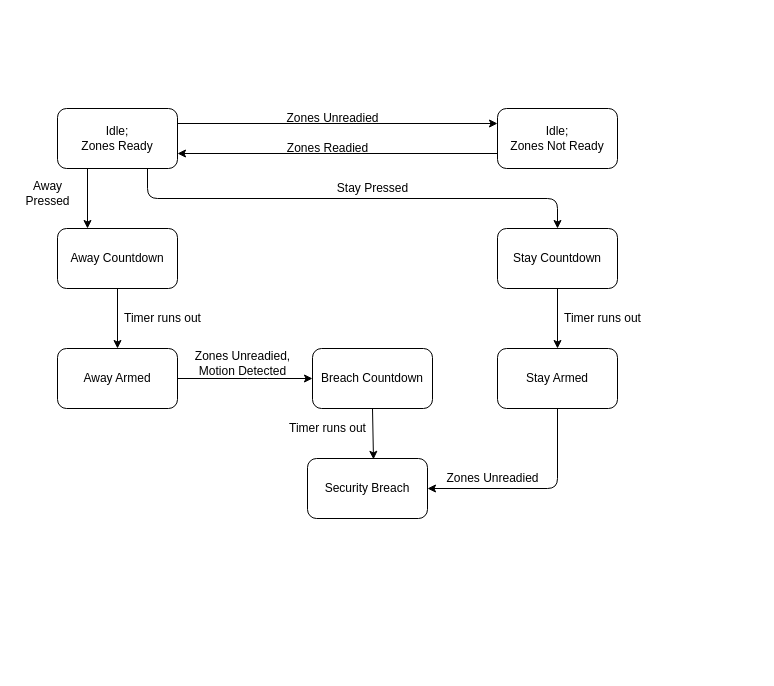
This is Doc/GP2 State Transition.drawio from vinnyyo/GroupProject2, a draw.io file, before an edit. Source tidied: cells renumbered, new cells numbered last; positions are measured from the earlier drawing's top-left corner, leaving out a move shared by most shapes. Both pictures are drawn from the tidied source at 100%, with x=0, y=0 at pixel (17, 108).
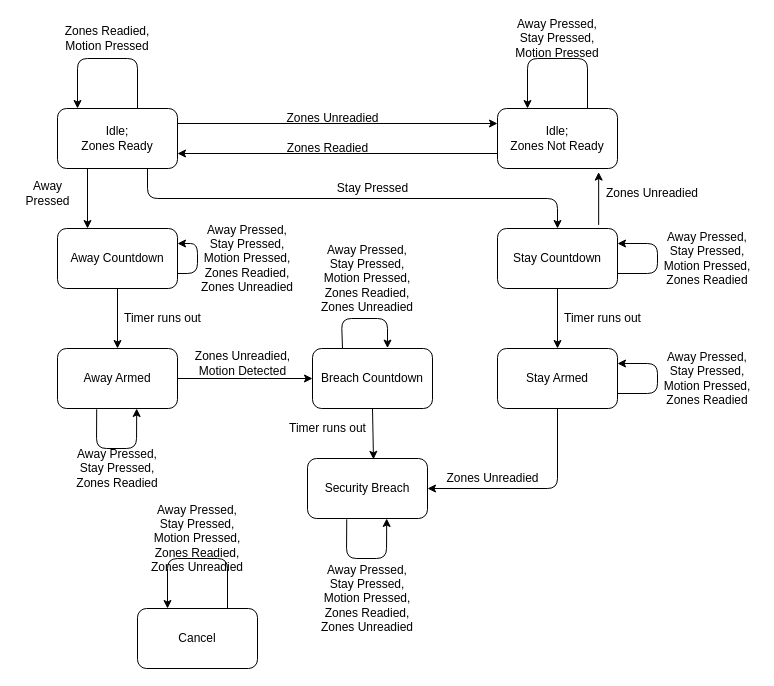
The same diagram, later.

The change refers to these unchanged cells:
```xml
<mxCell id="3" value="&lt;div&gt;Idle;&lt;/div&gt;&lt;div&gt;Zones Not Ready&lt;/div&gt;" style="rounded=1;whiteSpace=wrap;html=1;" parent="1" vertex="1">
  <mxGeometry x="480" width="120" height="60" as="geometry" />
</mxCell>
<mxCell id="4" value="Stay Countdown" style="rounded=1;whiteSpace=wrap;html=1;" parent="1" vertex="1">
  <mxGeometry x="480" y="120" width="120" height="60" as="geometry" />
</mxCell>
<mxCell id="5" value="&lt;div&gt;Breach Countdown&lt;/div&gt;" style="rounded=1;whiteSpace=wrap;html=1;" parent="1" vertex="1">
  <mxGeometry x="295" y="240" width="120" height="60" as="geometry" />
</mxCell>
<mxCell id="7" value="Security Breach" style="rounded=1;whiteSpace=wrap;html=1;" parent="1" vertex="1">
  <mxGeometry x="290" y="350" width="120" height="60" as="geometry" />
</mxCell>
<mxCell id="8" value="Away Countdown" style="rounded=1;whiteSpace=wrap;html=1;" parent="1" vertex="1">
  <mxGeometry x="40" y="120" width="120" height="60" as="geometry" />
</mxCell>
```

The edit, as a diff of the source:
```diff
@@
+    <mxCell id="29" value="&lt;div&gt;Cancel&lt;/div&gt;" style="rounded=1;whiteSpace=wrap;html=1;" parent="1" vertex="1">
+      <mxGeometry x="120" y="500" width="120" height="60" as="geometry" />
+    </mxCell>
+    <mxCell id="30" style="endArrow=classic;html=1;exitX=0.75;exitY=0;exitDx=0;exitDy=0;entryX=0.25;entryY=0;entryDx=0;entryDy=0;" parent="1" edge="1" source="3" target="3">
+      <mxGeometry relative="1" as="geometry">
+        <Array as="points">
+          <mxPoint x="570" y="-50" />
+          <mxPoint x="510" y="-50" />
+        </Array>
+      </mxGeometry>
+    </mxCell>
+    <mxCell id="31" value="Away Pressed, Stay Pressed, Motion Pressed" style="text;html=1;strokeColor=none;fillColor=none;align=center;verticalAlign=middle;whiteSpace=wrap;rounded=0;" parent="1" vertex="1">
+      <mxGeometry x="490" y="-80" width="100" height="20" as="geometry" />
+    </mxCell>
+    <mxCell id="32" style="endArrow=classic;html=1;exitX=1;exitY=0.75;exitDx=0;exitDy=0;entryX=1;entryY=0.25;entryDx=0;entryDy=0;" parent="1" edge="1" source="4" target="4">
+      <mxGeometry relative="1" as="geometry">
+        <Array as="points">
+          <mxPoint x="640" y="165" />
+          <mxPoint x="640" y="135" />
+        </Array>
+      </mxGeometry>
+    </mxCell>
+    <mxCell id="33" value="Away Pressed, Stay Pressed, Motion Pressed, Zones Readied" style="text;html=1;strokeColor=none;fillColor=none;align=center;verticalAlign=middle;whiteSpace=wrap;rounded=0;" parent="1" vertex="1">
+      <mxGeometry x="640" y="140" width="100" height="20" as="geometry" />
+    </mxCell>
+    <mxCell id="34" style="endArrow=classic;html=1;exitX=0.75;exitY=0;exitDx=0;exitDy=0;entryX=0.25;entryY=0;entryDx=0;entryDy=0;" parent="1" edge="1">
+      <mxGeometry relative="1" as="geometry">
+        <mxPoint x="210" y="500" as="sourcePoint" />
+        <mxPoint x="150" y="500" as="targetPoint" />
+        <Array as="points">
+          <mxPoint x="210" y="450" />
+          <mxPoint x="150" y="450" />
+        </Array>
+      </mxGeometry>
+    </mxCell>
+    <mxCell id="35" value="Away Pressed, Stay Pressed, Motion Pressed, Zones Readied, Zones Unreadied" style="text;html=1;strokeColor=none;fillColor=none;align=center;verticalAlign=middle;whiteSpace=wrap;rounded=0;" parent="1" vertex="1">
+      <mxGeometry x="130" y="420" width="100" height="20" as="geometry" />
+    </mxCell>
+    <mxCell id="36" style="endArrow=classic;html=1;exitX=0.75;exitY=0;exitDx=0;exitDy=0;entryX=0.25;entryY=0;entryDx=0;entryDy=0;" parent="1" edge="1">
+      <mxGeometry relative="1" as="geometry">
+        <mxPoint x="120" as="sourcePoint" />
+        <mxPoint x="60" as="targetPoint" />
+        <Array as="points">
+          <mxPoint x="120" y="-50" />
+          <mxPoint x="60" y="-50" />
+        </Array>
+      </mxGeometry>
+    </mxCell>
+    <mxCell id="37" value="Zones Readied, Motion Pressed" style="text;html=1;strokeColor=none;fillColor=none;align=center;verticalAlign=middle;whiteSpace=wrap;rounded=0;" parent="1" vertex="1">
+      <mxGeometry x="40" y="-80" width="100" height="20" as="geometry" />
+    </mxCell>
+    <mxCell id="38" style="endArrow=classic;html=1;entryX=0.843;entryY=1.06;entryDx=0;entryDy=0;entryPerimeter=0;exitX=0.843;exitY=-0.06;exitDx=0;exitDy=0;exitPerimeter=0;" parent="1" edge="1" source="4" target="3">
+      <mxGeometry relative="1" as="geometry" />
+    </mxCell>
+    <mxCell id="39" value="Zones Unreadied" style="text;html=1;strokeColor=none;fillColor=none;align=center;verticalAlign=middle;whiteSpace=wrap;rounded=0;" parent="1" vertex="1">
+      <mxGeometry x="580" y="75" width="110" height="20" as="geometry" />
+    </mxCell>
+    <mxCell id="40" style="endArrow=classic;html=1;exitX=1;exitY=0.75;exitDx=0;exitDy=0;entryX=1;entryY=0.25;entryDx=0;entryDy=0;" parent="1" edge="1">
+      <mxGeometry relative="1" as="geometry">
+        <mxPoint x="600" y="285" as="sourcePoint" />
+        <mxPoint x="600" y="255" as="targetPoint" />
+        <Array as="points">
+          <mxPoint x="640" y="285" />
+          <mxPoint x="640" y="255" />
+        </Array>
+      </mxGeometry>
+    </mxCell>
+    <mxCell id="41" value="Away Pressed, Stay Pressed, Motion Pressed, Zones Readied" style="text;html=1;strokeColor=none;fillColor=none;align=center;verticalAlign=middle;whiteSpace=wrap;rounded=0;" parent="1" vertex="1">
+      <mxGeometry x="640" y="260" width="100" height="20" as="geometry" />
+    </mxCell>
+    <mxCell id="42" style="endArrow=classic;html=1;exitX=0.327;exitY=1.013;exitDx=0;exitDy=0;entryX=0.66;entryY=1;entryDx=0;entryDy=0;entryPerimeter=0;exitPerimeter=0;" parent="1" edge="1" source="7" target="7">
+      <mxGeometry relative="1" as="geometry">
+        <Array as="points">
+          <mxPoint x="329" y="450" />
+          <mxPoint x="369" y="450" />
+        </Array>
+      </mxGeometry>
+    </mxCell>
+    <mxCell id="43" value="Away Pressed, Stay Pressed, Motion Pressed, Zones Readied, Zones Unreadied" style="text;html=1;strokeColor=none;fillColor=none;align=center;verticalAlign=middle;whiteSpace=wrap;rounded=0;" parent="1" vertex="1">
+      <mxGeometry x="300" y="480" width="100" height="20" as="geometry" />
+    </mxCell>
+    <mxCell id="44" style="endArrow=classic;html=1;exitX=0.25;exitY=0;exitDx=0;exitDy=0;entryX=0.625;entryY=-0.007;entryDx=0;entryDy=0;entryPerimeter=0;" parent="1" edge="1" source="5" target="5">
+      <mxGeometry relative="1" as="geometry">
+        <Array as="points">
+          <mxPoint x="324" y="210" />
+          <mxPoint x="370" y="210" />
+        </Array>
+      </mxGeometry>
+    </mxCell>
+    <mxCell id="45" value="Away Pressed, Stay Pressed, Motion Pressed, Zones Readied, Zones Unreadied" style="text;html=1;strokeColor=none;fillColor=none;align=center;verticalAlign=middle;whiteSpace=wrap;rounded=0;" parent="1" vertex="1">
+      <mxGeometry x="300" y="160" width="100" height="20" as="geometry" />
+    </mxCell>
+    <mxCell id="46" style="endArrow=classic;html=1;exitX=0.327;exitY=1.013;exitDx=0;exitDy=0;entryX=0.66;entryY=1;entryDx=0;entryDy=0;entryPerimeter=0;exitPerimeter=0;" parent="1" edge="1">
+      <mxGeometry relative="1" as="geometry">
+        <mxPoint x="79.2" y="300.8" as="sourcePoint" />
+        <mxPoint x="119.2" y="300" as="targetPoint" />
+        <Array as="points">
+          <mxPoint x="79" y="340" />
+          <mxPoint x="119" y="340" />
+        </Array>
+      </mxGeometry>
+    </mxCell>
+    <mxCell id="47" value="Away Pressed, Stay Pressed, Zones Readied" style="text;html=1;strokeColor=none;fillColor=none;align=center;verticalAlign=middle;whiteSpace=wrap;rounded=0;" parent="1" vertex="1">
+      <mxGeometry x="50" y="350" width="100" height="20" as="geometry" />
+    </mxCell>
+    <mxCell id="48" style="endArrow=classic;html=1;exitX=1;exitY=0.75;exitDx=0;exitDy=0;entryX=1;entryY=0.25;entryDx=0;entryDy=0;" parent="1" edge="1" source="8" target="8">
+      <mxGeometry relative="1" as="geometry">
+        <Array as="points">
+          <mxPoint x="180" y="165" />
+          <mxPoint x="180" y="135" />
+        </Array>
+      </mxGeometry>
+    </mxCell>
+    <mxCell id="49" value="Away Pressed, Stay Pressed, Motion Pressed, Zones Readied, Zones Unreadied" style="text;html=1;strokeColor=none;fillColor=none;align=center;verticalAlign=middle;whiteSpace=wrap;rounded=0;" parent="1" vertex="1">
+      <mxGeometry x="180" y="140" width="100" height="20" as="geometry" />
+    </mxCell>
```
